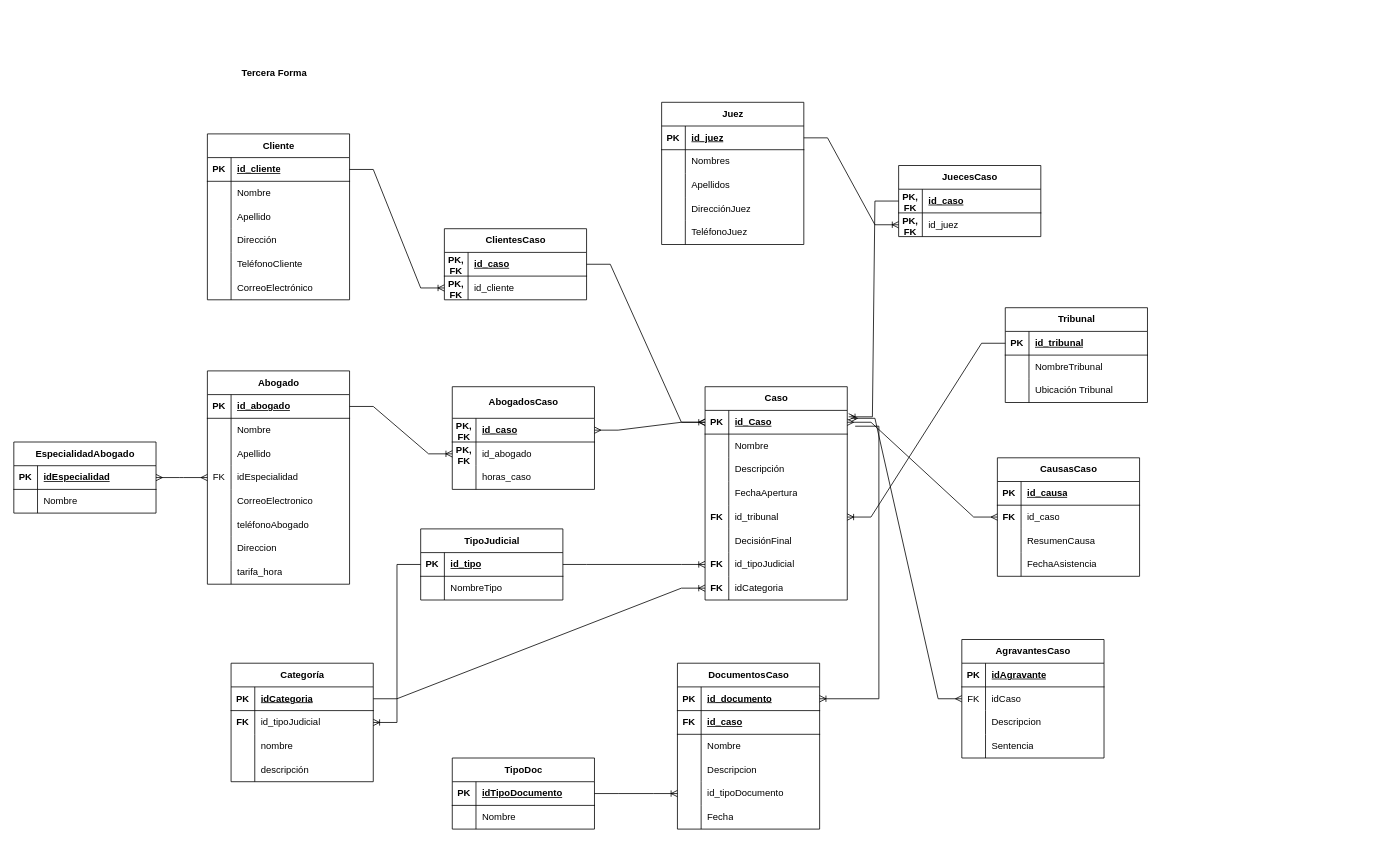
The draw.io diagram CasoNormalizacionBufeteAbogados3FN.drawio in winston142O/Diagrams, before the edit. Source tidied: cells renumbered, new cells numbered last; positions are measured from the earlier drawing's top-left corner, leaving out a move shared by most shapes. Both pictures are drawn from the tidied source at 79%, with x=0, y=0 at pixel (13, 61).
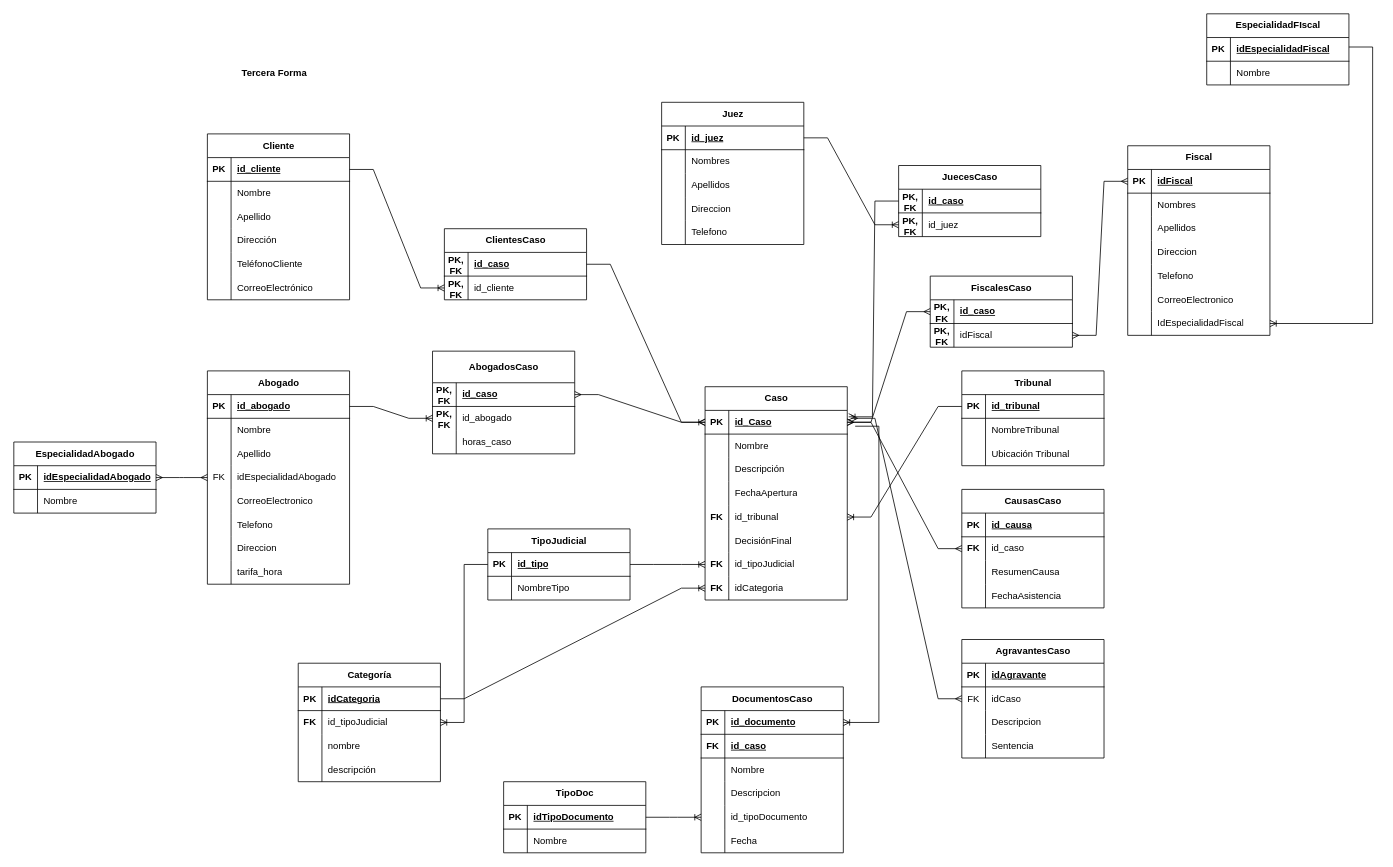
Above is the later version.

Unchanged cells that the change refers to:
```xml
<mxCell id="32" style="shape=tableRow;horizontal=0;startSize=0;swimlaneHead=0;swimlaneBody=0;fillColor=none;points=[[0,0.5],[1,0.5]];portConstraint=eastwest;top=0;left=0;right=0;bottom=0;" parent="22" vertex="1">
  <mxGeometry y="120" width="180" height="30" as="geometry" />
</mxCell>
<mxCell id="38" style="shape=tableRow;horizontal=0;startSize=0;swimlaneHead=0;swimlaneBody=0;fillColor=none;top=0;left=0;right=0;bottom=0;" parent="22" vertex="1">
  <mxGeometry y="180" width="180" height="30" as="geometry" />
</mxCell>
<mxCell id="58" style="shape=tableRow;horizontal=0;startSize=0;swimlaneHead=0;swimlaneBody=0;fillColor=none;points=[[0,0.5],[1,0.5]];portConstraint=eastwest;top=0;left=0;right=0;bottom=1;" parent="57" vertex="1">
  <mxGeometry y="30" width="180" height="30" as="geometry" />
</mxCell>
<mxCell id="92" style="shape=tableRow;horizontal=0;startSize=0;swimlaneHead=0;swimlaneBody=0;fillColor=none;top=0;left=0;right=0;bottom=0;" parent="82" vertex="1">
  <mxGeometry y="120" width="180" height="30" as="geometry" />
</mxCell>
<mxCell id="95" style="shape=tableRow;horizontal=0;startSize=0;swimlaneHead=0;swimlaneBody=0;fillColor=none;top=0;left=0;right=0;bottom=0;" parent="82" vertex="1">
  <mxGeometry y="150" width="180" height="30" as="geometry" />
</mxCell>
<mxCell id="207" style="shape=tableRow;horizontal=0;startSize=0;swimlaneHead=0;swimlaneBody=0;fillColor=none;points=[[0,0.5],[1,0.5]];portConstraint=eastwest;top=0;left=0;right=0;bottom=1;" parent="206" vertex="1">
  <mxGeometry y="30" width="180" height="30" as="geometry" />
</mxCell>
```

What changed in the source:
```diff
@@
-    <mxCell id="34" value="idEspecialidad" style="shape=partialRectangle;fillColor=none;top=0;left=0;bottom=0;right=0;align=left;spacingLeft=6;overflow=hidden;whiteSpace=wrap;html=1;" parent="32" vertex="1">
+    <mxCell id="34" value="idEspecialidadAbogado" style="shape=partialRectangle;fillColor=none;top=0;left=0;bottom=0;right=0;align=left;spacingLeft=6;overflow=hidden;whiteSpace=wrap;html=1;" parent="32" vertex="1">
       <mxGeometry x="30" width="150" height="30" as="geometry" />
     </mxCell>
@@
-    <mxCell id="40" value="teléfonoAbogado" style="shape=partialRectangle;fillColor=none;top=0;left=0;bottom=0;right=0;align=left;spacingLeft=6;overflow=hidden;whiteSpace=wrap;html=1;" parent="38" vertex="1">
+    <mxCell id="40" value="Telefono" style="shape=partialRectangle;fillColor=none;top=0;left=0;bottom=0;right=0;align=left;spacingLeft=6;overflow=hidden;whiteSpace=wrap;html=1;" parent="38" vertex="1">
       <mxGeometry x="30" width="150" height="30" as="geometry" />
     </mxCell>
@@
     <mxCell id="47" value="Tribunal" style="shape=table;startSize=30;childLayout=tableLayout;rowLines=0;fontStyle=1;align=center;html=1;" parent="1" vertex="1">
-      <mxGeometry x="1255" y="312" width="180" height="120" as="geometry" />
+      <mxGeometry x="1200" y="392" width="180" height="120" as="geometry" />
     </mxCell>
@@
-    <mxCell id="94" value="DirecciónJuez" style="shape=partialRectangle;fillColor=none;top=0;left=0;bottom=0;right=0;align=left;spacingLeft=6;overflow=hidden;whiteSpace=wrap;html=1;" parent="92" vertex="1">
+    <mxCell id="94" value="Direccion" style="shape=partialRectangle;fillColor=none;top=0;left=0;bottom=0;right=0;align=left;spacingLeft=6;overflow=hidden;whiteSpace=wrap;html=1;" parent="92" vertex="1">
       <mxGeometry x="30" width="150" height="30" as="geometry" />
     </mxCell>
@@
-    <mxCell id="97" value="TeléfonoJuez" style="shape=partialRectangle;fillColor=none;top=0;left=0;bottom=0;right=0;align=left;spacingLeft=6;overflow=hidden;whiteSpace=wrap;html=1;" parent="95" vertex="1">
+    <mxCell id="97" value="Telefono" style="shape=partialRectangle;fillColor=none;top=0;left=0;bottom=0;right=0;align=left;spacingLeft=6;overflow=hidden;whiteSpace=wrap;html=1;" parent="95" vertex="1">
       <mxGeometry x="30" width="150" height="30" as="geometry" />
     </mxCell>
     <mxCell id="98" value="CausasCaso" style="shape=table;startSize=30;childLayout=tableLayout;rowLines=0;fontStyle=1;align=center;html=1;" parent="1" vertex="1">
-      <mxGeometry x="1245" y="502" width="180" height="150" as="geometry" />
+      <mxGeometry x="1200" y="542" width="180" height="150" as="geometry" />
     </mxCell>
@@
     <mxCell id="111" value="AbogadosCaso" style="shape=table;startSize=40;childLayout=tableLayout;rowLines=0;fontStyle=1;align=center;html=1;" parent="1" vertex="1">
-      <mxGeometry x="555" y="412" width="180" height="130" as="geometry" />
+      <mxGeometry x="530" y="367" width="180" height="130" as="geometry" />
     </mxCell>
@@
     <mxCell id="135" value="TipoJudicial" style="shape=table;startSize=30;childLayout=tableLayout;rowLines=0;fontStyle=1;align=center;html=1;" parent="1" vertex="1">
-      <mxGeometry x="515" y="592" width="180" height="90" as="geometry" />
+      <mxGeometry x="600" y="592" width="180" height="90" as="geometry" />
     </mxCell>
@@
     <mxCell id="142" value="Categoría" style="shape=table;startSize=30;childLayout=tableLayout;rowLines=0;fontStyle=1;align=center;html=1;" parent="1" vertex="1">
-      <mxGeometry x="275" y="762" width="180" height="150" as="geometry" />
+      <mxGeometry x="360" y="762" width="180" height="150" as="geometry" />
     </mxCell>
@@
     <mxCell id="164" value="DocumentosCaso" style="shape=table;startSize=30;childLayout=tableLayout;rowLines=0;fontStyle=1;align=center;html=1;" parent="1" vertex="1">
-      <mxGeometry x="840" y="762" width="180" height="210" as="geometry" />
+      <mxGeometry x="870" y="792" width="180" height="210" as="geometry" />
     </mxCell>
@@
     <mxCell id="183" value="TipoDoc" style="shape=table;startSize=30;childLayout=tableLayout;rowLines=0;fontStyle=1;align=center;html=1;" parent="1" vertex="1">
-      <mxGeometry x="555" y="882" width="180" height="90" as="geometry" />
+      <mxGeometry x="620" y="912" width="180" height="90" as="geometry" />
     </mxCell>
@@
-    <mxCell id="209" value="idEspecialidad" style="shape=partialRectangle;fillColor=none;top=0;left=0;bottom=0;right=0;align=left;spacingLeft=6;fontStyle=5;overflow=hidden;whiteSpace=wrap;html=1;" parent="207" vertex="1">
+    <mxCell id="209" value="idEspecialidadAbogado" style="shape=partialRectangle;fillColor=none;top=0;left=0;bottom=0;right=0;align=left;spacingLeft=6;fontStyle=5;overflow=hidden;whiteSpace=wrap;html=1;" parent="207" vertex="1">
       <mxGeometry x="30" width="150" height="30" as="geometry" />
     </mxCell>
@@
+    <mxCell id="216" value="FiscalesCaso" style="shape=table;startSize=30;childLayout=tableLayout;rowLines=0;fontStyle=1;align=center;html=1;" parent="1" vertex="1">
+      <mxGeometry x="1160" y="272" width="180" height="90" as="geometry" />
+    </mxCell>
+    <mxCell id="217" style="shape=tableRow;horizontal=0;startSize=0;swimlaneHead=0;swimlaneBody=0;fillColor=none;points=[[0,0.5],[1,0.5]];portConstraint=eastwest;top=0;left=0;right=0;bottom=1;" parent="216" vertex="1">
+      <mxGeometry y="30" width="180" height="30" as="geometry" />
+    </mxCell>
+    <mxCell id="218" value="PK, FK" style="shape=partialRectangle;fillColor=none;top=0;left=0;bottom=0;right=0;fontStyle=1;overflow=hidden;whiteSpace=wrap;html=1;" parent="217" vertex="1">
+      <mxGeometry width="30" height="30" as="geometry" />
+    </mxCell>
+    <mxCell id="219" value="id_caso" style="shape=partialRectangle;fillColor=none;top=0;left=0;bottom=0;right=0;align=left;spacingLeft=6;fontStyle=5;overflow=hidden;whiteSpace=wrap;html=1;" parent="217" vertex="1">
+      <mxGeometry x="30" width="150" height="30" as="geometry" />
+    </mxCell>
+    <mxCell id="220" style="shape=tableRow;horizontal=0;startSize=0;swimlaneHead=0;swimlaneBody=0;fillColor=none;points=[[0,0.5],[1,0.5]];portConstraint=eastwest;top=0;left=0;right=0;bottom=0;" parent="216" vertex="1">
+      <mxGeometry y="60" width="180" height="30" as="geometry" />
+    </mxCell>
+    <mxCell id="221" value="&lt;b&gt;PK, FK&lt;/b&gt;" style="shape=partialRectangle;fillColor=none;top=0;left=0;bottom=0;right=0;overflow=hidden;whiteSpace=wrap;html=1;" parent="220" vertex="1">
+      <mxGeometry width="30" height="30" as="geometry" />
+    </mxCell>
+    <mxCell id="222" value="idFiscal" style="shape=partialRectangle;fillColor=none;top=0;left=0;bottom=0;right=0;align=left;spacingLeft=6;overflow=hidden;whiteSpace=wrap;html=1;" parent="220" vertex="1">
+      <mxGeometry x="30" width="150" height="30" as="geometry" />
+    </mxCell>
+    <mxCell id="223" value="Fiscal" style="shape=table;startSize=30;childLayout=tableLayout;rowLines=0;fontStyle=1;align=center;html=1;" parent="1" vertex="1">
+      <mxGeometry x="1410" y="107" width="180" height="240" as="geometry" />
+    </mxCell>
+    <mxCell id="224" style="shape=tableRow;horizontal=0;startSize=0;swimlaneHead=0;swimlaneBody=0;fillColor=none;points=[[0,0.5],[1,0.5]];portConstraint=eastwest;top=0;left=0;right=0;bottom=1;" parent="223" vertex="1">
+      <mxGeometry y="30" width="180" height="30" as="geometry" />
+    </mxCell>
+    <mxCell id="225" value="PK" style="shape=partialRectangle;fillColor=none;top=0;left=0;bottom=0;right=0;fontStyle=1;overflow=hidden;whiteSpace=wrap;html=1;" parent="224" vertex="1">
+      <mxGeometry width="30" height="30" as="geometry" />
+    </mxCell>
+    <mxCell id="226" value="idFiscal" style="shape=partialRectangle;fillColor=none;top=0;left=0;bottom=0;right=0;align=left;spacingLeft=6;fontStyle=5;overflow=hidden;whiteSpace=wrap;html=1;" parent="224" vertex="1">
+      <mxGeometry x="30" width="150" height="30" as="geometry" />
+    </mxCell>
+    <mxCell id="227" style="shape=tableRow;horizontal=0;startSize=0;swimlaneHead=0;swimlaneBody=0;fillColor=none;top=0;left=0;right=0;bottom=0;" parent="223" vertex="1">
+      <mxGeometry y="60" width="180" height="30" as="geometry" />
+    </mxCell>
+    <mxCell id="228" style="shape=partialRectangle;fillColor=none;top=0;left=0;bottom=0;right=0;overflow=hidden;whiteSpace=wrap;html=1;" parent="227" vertex="1">
+      <mxGeometry width="30" height="30" as="geometry" />
+    </mxCell>
+    <mxCell id="229" value="Nombres" style="shape=partialRectangle;fillColor=none;top=0;left=0;bottom=0;right=0;align=left;spacingLeft=6;overflow=hidden;whiteSpace=wrap;html=1;" parent="227" vertex="1">
+      <mxGeometry x="30" width="150" height="30" as="geometry" />
+    </mxCell>
+    <mxCell id="230" style="shape=tableRow;horizontal=0;startSize=0;swimlaneHead=0;swimlaneBody=0;fillColor=none;top=0;left=0;right=0;bottom=0;" parent="223" vertex="1">
+      <mxGeometry y="90" width="180" height="30" as="geometry" />
+    </mxCell>
+    <mxCell id="231" style="shape=partialRectangle;fillColor=none;top=0;left=0;bottom=0;right=0;overflow=hidden;whiteSpace=wrap;html=1;" parent="230" vertex="1">
+      <mxGeometry width="30" height="30" as="geometry" />
+    </mxCell>
+    <mxCell id="232" value="Apellidos" style="shape=partialRectangle;fillColor=none;top=0;left=0;bottom=0;right=0;align=left;spacingLeft=6;overflow=hidden;whiteSpace=wrap;html=1;" parent="230" vertex="1">
+      <mxGeometry x="30" width="150" height="30" as="geometry" />
+    </mxCell>
+    <mxCell id="233" style="shape=tableRow;horizontal=0;startSize=0;swimlaneHead=0;swimlaneBody=0;fillColor=none;top=0;left=0;right=0;bottom=0;" parent="223" vertex="1">
+      <mxGeometry y="120" width="180" height="30" as="geometry" />
+    </mxCell>
+    <mxCell id="234" style="shape=partialRectangle;fillColor=none;top=0;left=0;bottom=0;right=0;overflow=hidden;whiteSpace=wrap;html=1;" parent="233" vertex="1">
+      <mxGeometry width="30" height="30" as="geometry" />
+    </mxCell>
+    <mxCell id="235" value="Direccion" style="shape=partialRectangle;fillColor=none;top=0;left=0;bottom=0;right=0;align=left;spacingLeft=6;overflow=hidden;whiteSpace=wrap;html=1;" parent="233" vertex="1">
+      <mxGeometry x="30" width="150" height="30" as="geometry" />
+    </mxCell>
+    <mxCell id="236" style="shape=tableRow;horizontal=0;startSize=0;swimlaneHead=0;swimlaneBody=0;fillColor=none;top=0;left=0;right=0;bottom=0;" parent="223" vertex="1">
+      <mxGeometry y="150" width="180" height="30" as="geometry" />
+    </mxCell>
+    <mxCell id="237" style="shape=partialRectangle;fillColor=none;top=0;left=0;bottom=0;right=0;overflow=hidden;whiteSpace=wrap;html=1;" parent="236" vertex="1">
+      <mxGeometry width="30" height="30" as="geometry" />
+    </mxCell>
+    <mxCell id="238" value="Telefono" style="shape=partialRectangle;fillColor=none;top=0;left=0;bottom=0;right=0;align=left;spacingLeft=6;overflow=hidden;whiteSpace=wrap;html=1;" parent="236" vertex="1">
+      <mxGeometry x="30" width="150" height="30" as="geometry" />
+    </mxCell>
+    <mxCell id="239" style="shape=tableRow;horizontal=0;startSize=0;swimlaneHead=0;swimlaneBody=0;fillColor=none;top=0;left=0;right=0;bottom=0;" parent="223" vertex="1">
+      <mxGeometry y="180" width="180" height="30" as="geometry" />
+    </mxCell>
+    <mxCell id="240" style="shape=partialRectangle;fillColor=none;top=0;left=0;bottom=0;right=0;overflow=hidden;whiteSpace=wrap;html=1;" parent="239" vertex="1">
+      <mxGeometry width="30" height="30" as="geometry" />
+    </mxCell>
+    <mxCell id="241" value="CorreoElectronico" style="shape=partialRectangle;fillColor=none;top=0;left=0;bottom=0;right=0;align=left;spacingLeft=6;overflow=hidden;whiteSpace=wrap;html=1;" parent="239" vertex="1">
+      <mxGeometry x="30" width="150" height="30" as="geometry" />
+    </mxCell>
+    <mxCell id="242" style="shape=tableRow;horizontal=0;startSize=0;swimlaneHead=0;swimlaneBody=0;fillColor=none;points=[[0,0.5],[1,0.5]];portConstraint=eastwest;top=0;left=0;right=0;bottom=0;" parent="223" vertex="1">
+      <mxGeometry y="210" width="180" height="30" as="geometry" />
+    </mxCell>
+    <mxCell id="243" style="shape=partialRectangle;fillColor=none;top=0;left=0;bottom=0;right=0;overflow=hidden;whiteSpace=wrap;html=1;" parent="242" vertex="1">
+      <mxGeometry width="30" height="30" as="geometry" />
+    </mxCell>
+    <mxCell id="244" value="IdEspecialidadFiscal" style="shape=partialRectangle;fillColor=none;top=0;left=0;bottom=0;right=0;align=left;spacingLeft=6;overflow=hidden;whiteSpace=wrap;html=1;" parent="242" vertex="1">
+      <mxGeometry x="30" width="150" height="30" as="geometry" />
+    </mxCell>
+    <mxCell id="245" value="EspecialidadFIscal" style="shape=table;startSize=30;childLayout=tableLayout;rowLines=0;fontStyle=1;align=center;html=1;" parent="1" vertex="1">
+      <mxGeometry x="1510" y="-60" width="180" height="90" as="geometry" />
+    </mxCell>
+    <mxCell id="246" style="shape=tableRow;horizontal=0;startSize=0;swimlaneHead=0;swimlaneBody=0;fillColor=none;top=0;left=0;right=0;bottom=1;" parent="245" vertex="1">
+      <mxGeometry y="30" width="180" height="30" as="geometry" />
+    </mxCell>
+    <mxCell id="247" value="PK" style="shape=partialRectangle;fillColor=none;top=0;left=0;bottom=0;right=0;fontStyle=1;overflow=hidden;whiteSpace=wrap;html=1;" parent="246" vertex="1">
+      <mxGeometry width="30" height="30" as="geometry" />
+    </mxCell>
+    <mxCell id="248" value="idEspecialidadFiscal" style="shape=partialRectangle;fillColor=none;top=0;left=0;bottom=0;right=0;align=left;spacingLeft=6;fontStyle=5;overflow=hidden;whiteSpace=wrap;html=1;" parent="246" vertex="1">
+      <mxGeometry x="30" width="150" height="30" as="geometry" />
+    </mxCell>
+    <mxCell id="249" style="shape=tableRow;horizontal=0;startSize=0;swimlaneHead=0;swimlaneBody=0;fillColor=none;top=0;left=0;right=0;bottom=0;" parent="245" vertex="1">
+      <mxGeometry y="60" width="180" height="30" as="geometry" />
+    </mxCell>
+    <mxCell id="250" style="shape=partialRectangle;fillColor=none;top=0;left=0;bottom=0;right=0;overflow=hidden;whiteSpace=wrap;html=1;" parent="249" vertex="1">
+      <mxGeometry width="30" height="30" as="geometry" />
+    </mxCell>
+    <mxCell id="251" value="Nombre" style="shape=partialRectangle;fillColor=none;top=0;left=0;bottom=0;right=0;align=left;spacingLeft=6;overflow=hidden;whiteSpace=wrap;html=1;" parent="249" vertex="1">
+      <mxGeometry x="30" width="150" height="30" as="geometry" />
+    </mxCell>
+    <mxCell id="252" style="edgeStyle=entityRelationEdgeStyle;fontSize=12;html=1;endArrow=ERoneToMany;rounded=0;entryX=1;entryY=0.5;entryDx=0;entryDy=0;" parent="1" edge="1" target="242">
+      <mxGeometry relative="1" as="geometry">
+        <mxPoint x="1690" y="-18" as="sourcePoint" />
+      </mxGeometry>
+    </mxCell>
+    <mxCell id="253" style="edgeStyle=entityRelationEdgeStyle;fontSize=12;html=1;endArrow=ERmany;startArrow=ERmany;rounded=0;entryX=0;entryY=0.5;entryDx=0;entryDy=0;exitX=1;exitY=0.5;exitDx=0;exitDy=0;" parent="1" edge="1" source="220" target="224">
+      <mxGeometry relative="1" as="geometry" />
+    </mxCell>
+    <mxCell id="254" style="edgeStyle=entityRelationEdgeStyle;fontSize=12;html=1;endArrow=ERmany;startArrow=ERmany;rounded=0;exitX=1;exitY=0.5;exitDx=0;exitDy=0;entryX=0;entryY=0.5;entryDx=0;entryDy=0;" parent="1" edge="1" source="58" target="217">
+      <mxGeometry relative="1" as="geometry" />
+    </mxCell>
```
